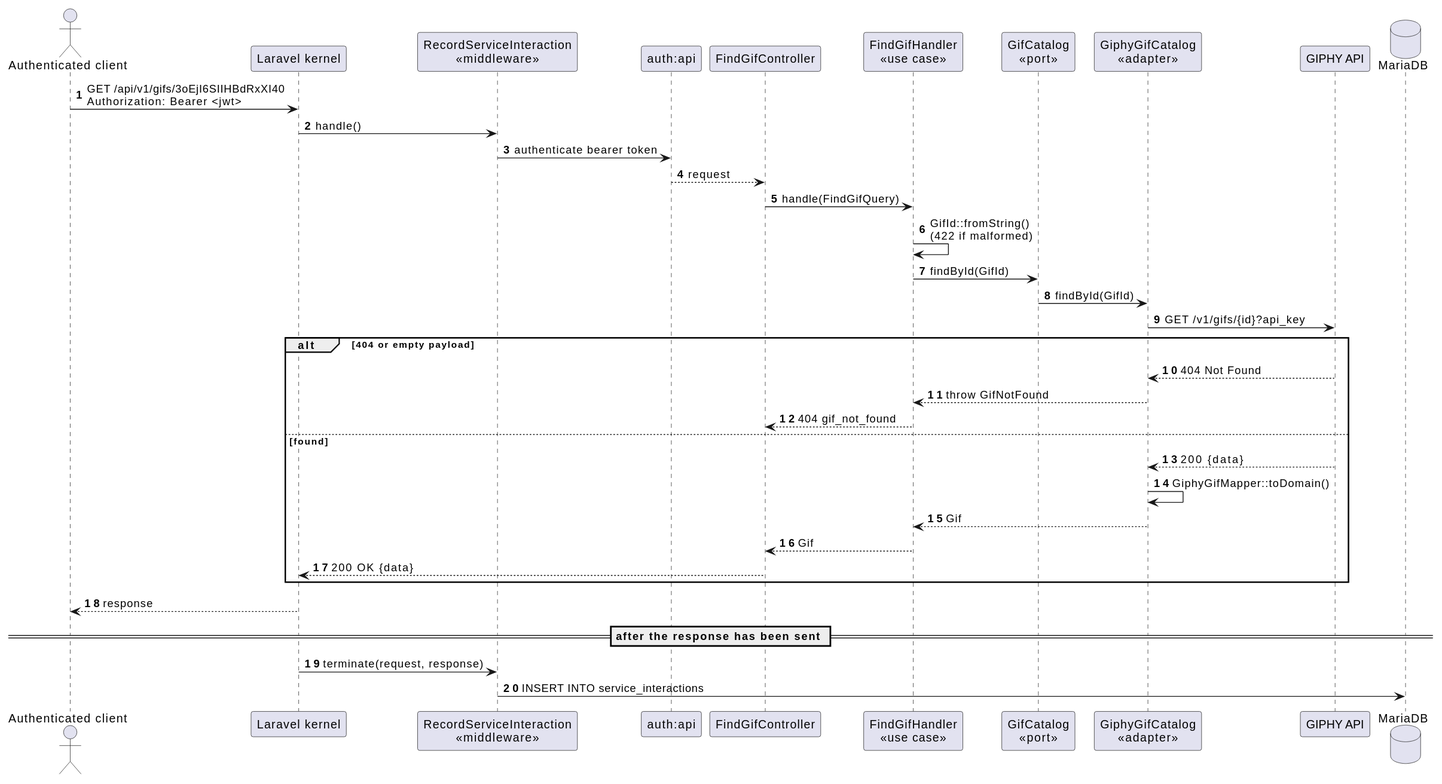
Before: docs/diagrams/sequence-find-gif.svg, a diagram exported from PlantUML (alexisrivero/challenge-prex). Source of this version:
```plantuml
@startuml
skinparam shadowing false
autonumber

actor "Authenticated client" as Client
participant "Laravel kernel" as Kernel
participant "RecordServiceInteraction\n<<middleware>>" as Audit
participant "auth:api" as Guard
participant "FindGifController" as Controller
participant "FindGifHandler\n<<use case>>" as Handler
participant "GifCatalog\n<<port>>" as Port
participant "GiphyGifCatalog\n<<adapter>>" as Adapter
participant "GIPHY API" as Giphy
database "MariaDB" as DB

Client -> Kernel : GET /api/v1/gifs/3oEjI6SIIHBdRxXI40\nAuthorization: Bearer <jwt>
Kernel -> Audit : handle()
Audit -> Guard : authenticate bearer token
Guard --> Controller : request
Controller -> Handler : handle(FindGifQuery)
Handler -> Handler : GifId::fromString()\n(422 if malformed)
Handler -> Port : findById(GifId)
Port -> Adapter : findById(GifId)
Adapter -> Giphy : GET /v1/gifs/{id}?api_key
alt 404 or empty payload
  Giphy --> Adapter : 404 Not Found
  Adapter --> Handler : throw GifNotFound
  Handler --> Controller : 404 gif_not_found
else found
  Giphy --> Adapter : 200 {data}
  Adapter -> Adapter : GiphyGifMapper::toDomain()
  Adapter --> Handler : Gif
  Handler --> Controller : Gif
  Controller --> Kernel : 200 OK {data}
end
Kernel --> Client : response

== after the response has been sent ==
Kernel -> Audit : terminate(request, response)
Audit -> DB : INSERT INTO service_interactions
@enduml
```
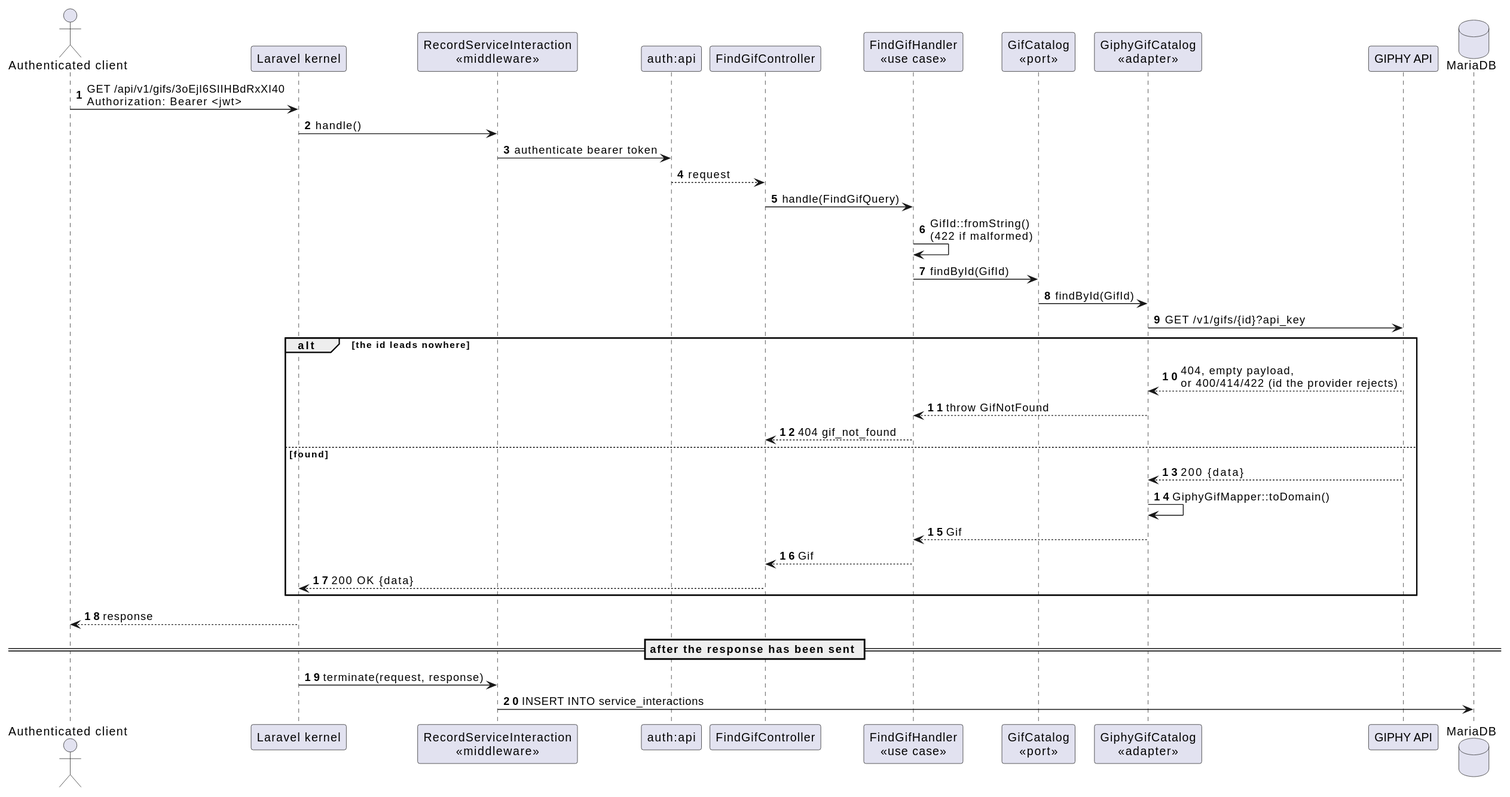
After the commit.

What changed in the source:
```diff
@@ -22,8 +22,8 @@
 Handler -> Port : findById(GifId)
 Port -> Adapter : findById(GifId)
 Adapter -> Giphy : GET /v1/gifs/{id}?api_key
-alt 404 or empty payload
-  Giphy --> Adapter : 404 Not Found
+alt the id leads nowhere
+  Giphy --> Adapter : 404, empty payload,\nor 400/414/422 (id the provider rejects)
   Adapter --> Handler : throw GifNotFound
   Handler --> Controller : 404 gif_not_found
 else found
```
